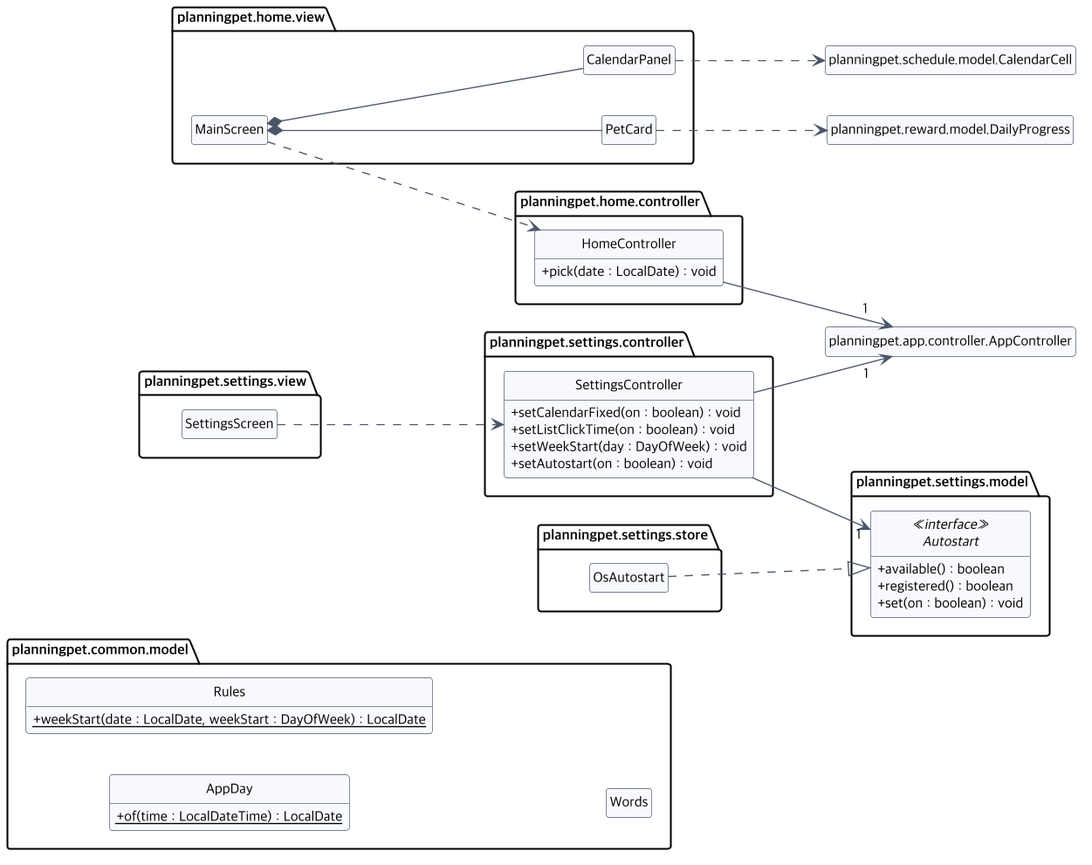
2026-2-software-system-design-11/planning-pet-app keeps this PlantUML diagram as docs/diagrams/class-home-settings.png. Above is the earlier version. Its diagram source:
```plantuml
@startuml class-home-settings
!include class-common.iuml
left to right direction
package planningpet.home.view {
  class MainScreen
  class CalendarPanel
  class PetCard
}
package planningpet.home.controller {
  class HomeController {
    + pick(date : LocalDate) : void
  }
}
package planningpet.settings.view {
  class SettingsScreen
}
package planningpet.settings.controller {
  class SettingsController {
    + setCalendarFixed(on : boolean) : void
    + setListClickTime(on : boolean) : void
    + setWeekStart(day : DayOfWeek) : void
    + setAutostart(on : boolean) : void
  }
}
package planningpet.settings.store {
  class OsAutostart
}
package planningpet.settings.model {
  interface Autostart <<interface>> {
    + available() : boolean
    + registered() : boolean
    + set(on : boolean) : void
  }
}
package planningpet.common.model {
  class AppDay {
    {static} + of(time : LocalDateTime) : LocalDate
  }
  class Rules {
    {static} + weekStart(date : LocalDate, weekStart : DayOfWeek) : LocalDate
  }
  class Words
}
MainScreen *-- CalendarPanel
MainScreen *-- PetCard
MainScreen ..> HomeController
CalendarPanel ..> planningpet.schedule.model.CalendarCell
PetCard ..> planningpet.reward.model.DailyProgress
HomeController --> "1" planningpet.app.controller.AppController
SettingsScreen ..> SettingsController
SettingsController --> "1" Autostart
SettingsController --> "1" planningpet.app.controller.AppController
OsAutostart ..|> Autostart
@enduml
```
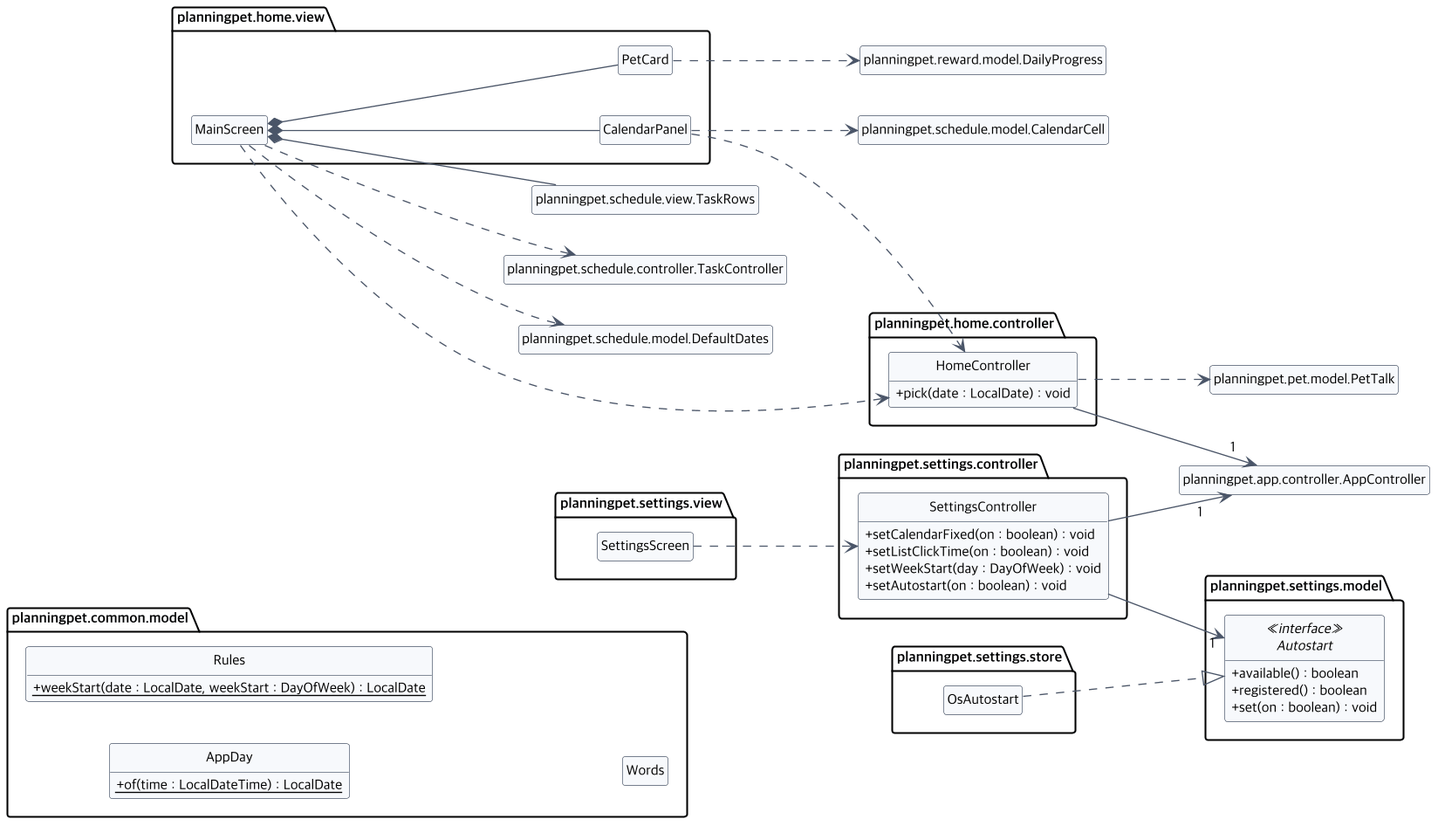
Above is the later version.

Commit message:
docs(schedule): 07에 TaskController의 범위 물음 인자와 빠진 의존 화살표 더하기 (#296)

Change to the diagram source:
```diff
@@ -44,6 +44,11 @@
 MainScreen *-- CalendarPanel
 MainScreen *-- PetCard
 MainScreen ..> HomeController
+MainScreen *-- planningpet.schedule.view.TaskRows
+MainScreen ..> planningpet.schedule.controller.TaskController
+MainScreen ..> planningpet.schedule.model.DefaultDates
+CalendarPanel ..> HomeController
+HomeController ..> planningpet.pet.model.PetTalk
 CalendarPanel ..> planningpet.schedule.model.CalendarCell
 PetCard ..> planningpet.reward.model.DailyProgress
 HomeController --> "1" planningpet.app.controller.AppController
```
